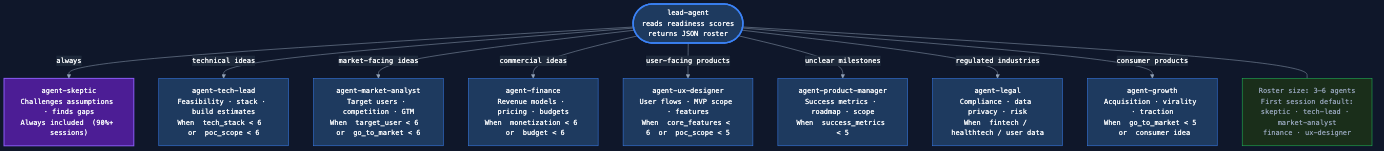
The Mermaid diagram docs/diagrams/03-agent-roster.png in aryan-curiel/agora, before a commit. Its source is kept beside it as docs/diagrams/03-agent-roster.mmd.
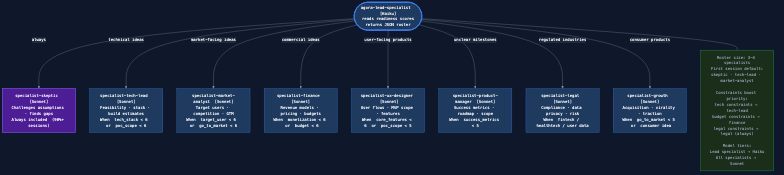
After the commit.

Change to the diagram source:
```diff
@@ -1,17 +1,17 @@
 %%{init: {"theme": "base", "themeVariables": {"primaryColor": "#1e293b", "primaryTextColor": "#f8fafc", "primaryBorderColor": "#475569", "lineColor": "#94a3b8", "secondaryColor": "#0f172a", "background": "#0f172a", "mainBkg": "#1e293b", "nodeBorder": "#475569", "clusterBkg": "#162032", "titleColor": "#f8fafc", "edgeLabelBackground": "#1e293b", "fontFamily": "monospace", "fontSize": "14px"}}}%%
 
 graph TB
-    LA(["agora-lead-specialist\nreads readiness scores\nreturns JSON roster"])
+    LA(["agora-lead-specialist  [Haiku]\nreads readiness scores\nreturns JSON roster"])
 
-    SK["specialist-skeptic\nChallenges assumptions · finds gaps\nAlways included  (90%+ sessions)"]
+    SK["specialist-skeptic  [Sonnet]\nChallenges assumptions · finds gaps\nAlways included  (90%+ sessions)"]
 
-    TL["specialist-tech-lead\nFeasibility · stack · build estimates\nWhen  tech_stack < 6  or  poc_scope < 6"]
-    MKT["specialist-market-analyst\nTarget users · competition · GTM\nWhen  target_user < 6  or  go_to_market < 6"]
-    FIN["specialist-finance\nRevenue models · pricing · budgets\nWhen  monetization < 6  or  budget < 6"]
-    UX["specialist-ux-designer\nUser flows · MVP scope · features\nWhen  core_features < 6  or  poc_scope < 5"]
-    PM["specialist-product-manager\nSuccess metrics · roadmap · scope\nWhen  success_metrics < 5"]
-    LEG["specialist-legal\nCompliance · data privacy · risk\nWhen  fintech / healthtech / user data"]
-    GRW["specialist-growth\nAcquisition · virality · traction\nWhen  go_to_market < 5  or  consumer idea"]
+    TL["specialist-tech-lead  [Sonnet]\nFeasibility · stack · build estimates\nWhen  tech_stack < 6  or  poc_scope < 6"]
+    MKT["specialist-market-analyst  [Sonnet]\nTarget users · competition · GTM\nWhen  target_user < 6  or  go_to_market < 6"]
+    FIN["specialist-finance  [Sonnet]\nRevenue models · pricing · budgets\nWhen  monetization < 6  or  budget < 6"]
+    UX["specialist-ux-designer  [Sonnet]\nUser flows · MVP scope · features\nWhen  core_features < 6  or  poc_scope < 5"]
+    PM["specialist-product-manager  [Sonnet]\nSuccess metrics · roadmap · scope\nWhen  success_metrics < 5"]
+    LEG["specialist-legal  [Sonnet]\nCompliance · data privacy · risk\nWhen  fintech / healthtech / user data"]
+    GRW["specialist-growth  [Sonnet]\nAcquisition · virality · traction\nWhen  go_to_market < 5  or  consumer idea"]
 
     LA -->|"always"| SK
     LA -->|"technical ideas"| TL
@@ -22,7 +22,7 @@
     LA -->|"regulated industries"| LEG
     LA -->|"consumer products"| GRW
 
-    NOTE["Roster size: 3–4 specialists\nFirst session default:\nskeptic · tech-lead · market-analyst\n\nConstraints boost priority:\ntech constraints → tech-lead\nbudget constraints → finance\nlegal constraints → legal (always)"]
+    NOTE["Roster size: 3–4 specialists\nFirst session default:\nskeptic · tech-lead · market-analyst\n\nConstraints boost priority:\ntech constraints → tech-lead\nbudget constraints → finance\nlegal constraints → legal (always)\n\nModel tiers:\nLead specialist → Haiku\nAll specialists → Sonnet"]
 
     LA --- NOTE
 
```
